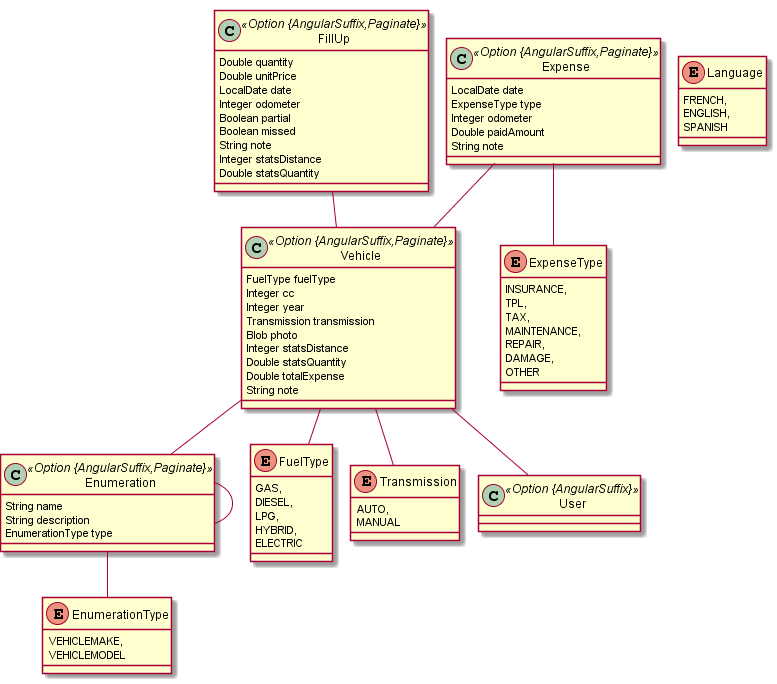
hazerbaker/yakitanaliz keeps this PlantUML diagram as jhipster-jdl.png. Above is the earlier version. Source of this version:
```plantuml
@startuml
	!pragma graphviz_dot jdot
	!pragma syntax class
	class Enumeration <<Option {AngularSuffix,Paginate}>> {
		String name
		String description
		EnumerationType type
	}
	Enumeration ..> EnumerationType
	class Vehicle <<Option {AngularSuffix,Paginate}>> {
		FuelType fuelType
		Integer cc
		Integer year
		Transmission transmission
		Blob photo
		Integer statsDistance
		Double statsQuantity
		Double totalExpense
		String note
	}
	Vehicle ..> FuelType
	Vehicle ..> Transmission
	class FillUp <<Option {AngularSuffix,Paginate}>> {
		Double quantity
		Double unitPrice
		LocalDate date
		Integer odometer
		Boolean partial
		Boolean missed
		String note
		Integer statsDistance
		Double statsQuantity
	}
	class Expense <<Option {AngularSuffix,Paginate}>> {
		LocalDate date
		ExpenseType type
		Integer odometer
		Double paidAmount
		String note
	}
	Expense ..> ExpenseType
	enum Language {
		FRENCH,
		ENGLISH,
		SPANISH
	}
	enum FuelType {
		GAS,
		DIESEL,
		LPG,
		HYBRID,
		ELECTRIC
	}
	enum ExpenseType {
		INSURANCE,
		TPL,
		TAX,
		MAINTENANCE,
		REPAIR,
		DAMAGE,
		OTHER
	}
	enum EnumerationType {
		VEHICLEMAKE,
		VEHICLEMODEL
	}
	enum Transmission {
		AUTO,
		MANUAL
	}
	Vehicle  "model 0..* " o-- "0..1 "  Enumeration
	FillUp  "vehicle 0..* " o-- "0..1 "  Vehicle
	Expense  "vehicle 0..* " o-- "0..1 "  Vehicle
	Enumeration  "parent 0..* " o-- "0..1 "  Enumeration
	Vehicle  "user 0..* " o-- "0..1 "  User
	class User <<Option {AngularSuffix}>> {
	}
@enduml
```
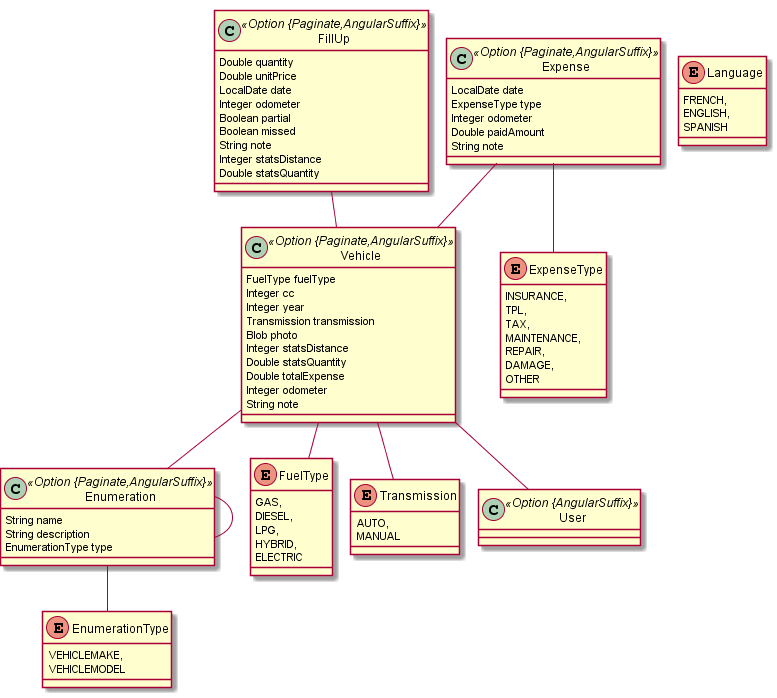
The same file after the commit.

Commit message:
odometer added to vehicle

Diff of the diagram source:
```diff
@@ -1,13 +1,13 @@
 @startuml
 	!pragma graphviz_dot jdot
 	!pragma syntax class
-	class Enumeration <<Option {AngularSuffix,Paginate}>> {
+	class Enumeration <<Option {Paginate,AngularSuffix}>> {
 		String name
 		String description
 		EnumerationType type
 	}
 	Enumeration ..> EnumerationType
-	class Vehicle <<Option {AngularSuffix,Paginate}>> {
+	class Vehicle <<Option {Paginate,AngularSuffix}>> {
 		FuelType fuelType
 		Integer cc
 		Integer year
@@ -16,11 +16,12 @@
 		Integer statsDistance
 		Double statsQuantity
 		Double totalExpense
+		Integer odometer
 		String note
 	}
 	Vehicle ..> FuelType
 	Vehicle ..> Transmission
-	class FillUp <<Option {AngularSuffix,Paginate}>> {
+	class FillUp <<Option {Paginate,AngularSuffix}>> {
 		Double quantity
 		Double unitPrice
 		LocalDate date
@@ -31,7 +32,7 @@
 		Integer statsDistance
 		Double statsQuantity
 	}
-	class Expense <<Option {AngularSuffix,Paginate}>> {
+	class Expense <<Option {Paginate,AngularSuffix}>> {
 		LocalDate date
 		ExpenseType type
 		Integer odometer
```
